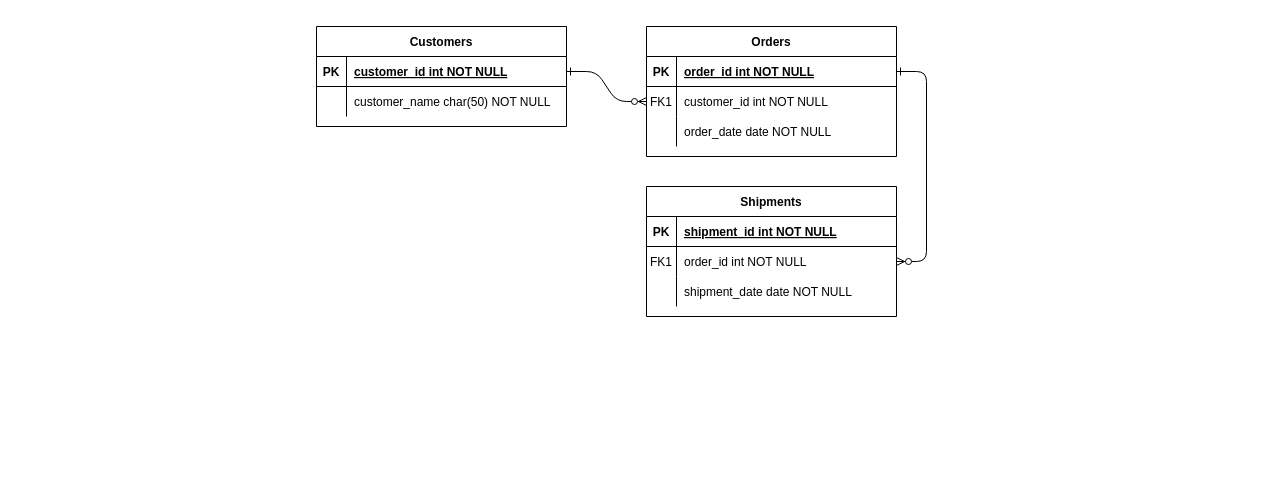
The draw.io diagram ER model.drawio in aaaaaron722/drawIO, before the edit. Source tidied: cells renumbered, new cells numbered last; positions are measured from the earlier drawing's top-left corner, leaving out a move shared by most shapes. Both pictures are drawn from the tidied source at 100%, with x=0, y=0 at pixel (316, 26).
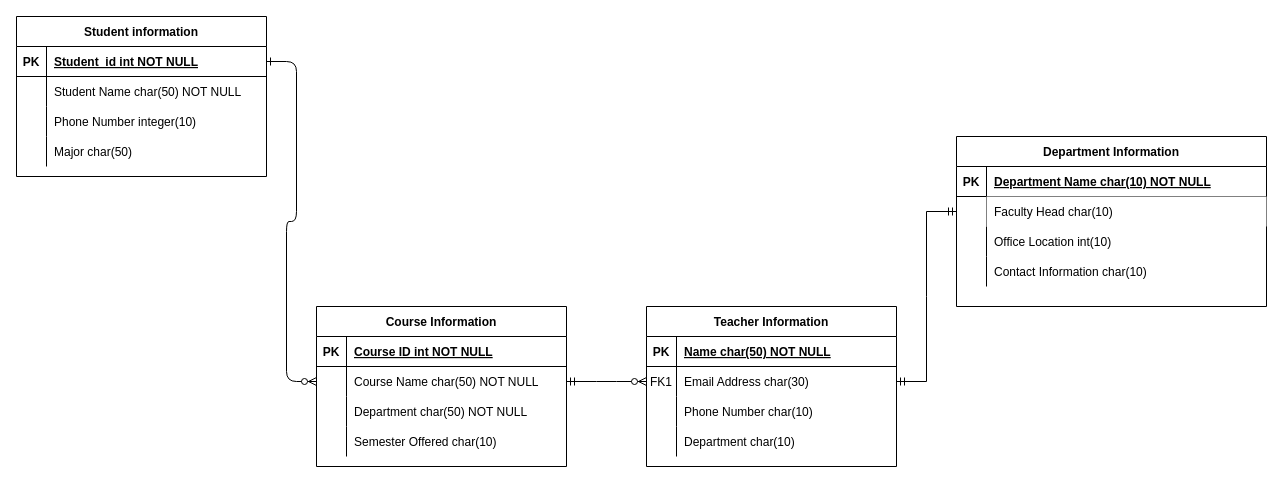
Above is the later version.

The change refers to these unchanged cells:
```xml
<mxCell id="5" style="shape=partialRectangle;fillColor=none;points=[[0,0.5],[1,0.5]];portConstraint=eastwest;top=0;left=0;right=0;bottom=1;" parent="4" vertex="1">
  <mxGeometry y="30" width="250" height="30" as="geometry" />
</mxCell>
<mxCell id="8" style="shape=partialRectangle;fillColor=none;points=[[0,0.5],[1,0.5]];portConstraint=eastwest;top=0;left=0;right=0;bottom=0;" parent="4" vertex="1">
  <mxGeometry y="60" width="250" height="30" as="geometry" />
</mxCell>
<mxCell id="11" style="shape=partialRectangle;fillColor=none;top=0;left=0;right=0;bottom=0;" parent="4" vertex="1">
  <mxGeometry y="90" width="250" height="30" as="geometry" />
</mxCell>
<mxCell id="15" style="shape=partialRectangle;fillColor=none;top=0;left=0;right=0;bottom=1;" parent="14" vertex="1">
  <mxGeometry y="30" width="250" height="30" as="geometry" />
</mxCell>
<mxCell id="18" style="shape=partialRectangle;fillColor=none;points=[[0,0.5],[1,0.5]];portConstraint=eastwest;top=0;left=0;right=0;bottom=0;" parent="14" vertex="1">
  <mxGeometry y="60" width="250" height="30" as="geometry" />
</mxCell>
<mxCell id="21" style="shape=partialRectangle;fillColor=none;top=0;left=0;right=0;bottom=0;" parent="14" vertex="1">
  <mxGeometry y="90" width="250" height="30" as="geometry" />
</mxCell>
<mxCell id="25" style="shape=partialRectangle;fillColor=none;points=[[0,0.5],[1,0.5]];portConstraint=eastwest;top=0;left=0;right=0;bottom=1;" parent="24" vertex="1">
  <mxGeometry y="30" width="250" height="30" as="geometry" />
</mxCell>
<mxCell id="28" style="shape=partialRectangle;fillColor=none;top=0;left=0;right=0;bottom=0;" parent="24" vertex="1">
  <mxGeometry y="60" width="250" height="30" as="geometry" />
</mxCell>
```

Diff of the diagram source:
```diff
@@
-    <mxCell id="3" style="edgeStyle=entityRelationEdgeStyle;endArrow=ERzeroToMany;startArrow=ERone;endFill=1;startFill=0;" parent="1" edge="1" source="5" target="18">
-      <mxGeometry relative="1" as="geometry" />
-    </mxCell>
-    <mxCell id="4" value="Orders" style="shape=table;startSize=30;childLayout=tableLayout;rowLines=0;fontStyle=1;align=center;" parent="1" vertex="1">
-      <mxGeometry x="330" width="250" height="130" as="geometry" />
+    <mxCell id="4" value="Course Information" style="shape=table;startSize=30;childLayout=tableLayout;rowLines=0;fontStyle=1;align=center;" parent="1" vertex="1">
+      <mxGeometry y="280" width="250" height="160" as="geometry" />
     </mxCell>
@@
-    <mxCell id="7" value="order_id int NOT NULL " style="shape=partialRectangle;overflow=hidden;fillColor=none;top=0;left=0;bottom=0;right=0;align=left;spacingLeft=6;fontStyle=5;" parent="5" vertex="1">
+    <mxCell id="7" value="Course ID int NOT NULL " style="shape=partialRectangle;overflow=hidden;fillColor=none;top=0;left=0;bottom=0;right=0;align=left;spacingLeft=6;fontStyle=5;" parent="5" vertex="1">
       <mxGeometry x="30" width="220" height="30" as="geometry" />
     </mxCell>
@@
-    <mxCell id="9" value="FK1" style="shape=partialRectangle;overflow=hidden;fillColor=none;top=0;left=0;bottom=0;right=0;" parent="8" vertex="1">
+    <mxCell id="9" style="shape=partialRectangle;overflow=hidden;fillColor=none;top=0;left=0;bottom=0;right=0;" parent="8" vertex="1">
       <mxGeometry width="30" height="30" as="geometry" />
     </mxCell>
-    <mxCell id="10" value="customer_id int NOT NULL" style="shape=partialRectangle;overflow=hidden;fillColor=none;top=0;left=0;bottom=0;right=0;align=left;spacingLeft=6;" parent="8" vertex="1">
+    <mxCell id="10" value="Course Name char(50) NOT NULL" style="shape=partialRectangle;overflow=hidden;fillColor=none;top=0;left=0;bottom=0;right=0;align=left;spacingLeft=6;" parent="8" vertex="1">
       <mxGeometry x="30" width="220" height="30" as="geometry" />
     </mxCell>
@@
-    <mxCell id="13" value="order_date date NOT NULL" style="shape=partialRectangle;overflow=hidden;fillColor=none;top=0;left=0;bottom=0;right=0;align=left;spacingLeft=6;" parent="11" vertex="1">
+    <mxCell id="13" value="Department char(50) NOT NULL" style="shape=partialRectangle;overflow=hidden;fillColor=none;top=0;left=0;bottom=0;right=0;align=left;spacingLeft=6;" parent="11" vertex="1">
       <mxGeometry x="30" width="220" height="30" as="geometry" />
     </mxCell>
+    <mxCell id="31" style="shape=partialRectangle;fillColor=none;top=0;left=0;right=0;bottom=0;" parent="4" vertex="1">
+      <mxGeometry y="120" width="250" height="30" as="geometry" />
+    </mxCell>
+    <mxCell id="32" style="shape=partialRectangle;overflow=hidden;fillColor=none;top=0;left=0;bottom=0;right=0;" parent="31" vertex="1">
+      <mxGeometry width="30" height="30" as="geometry" />
+    </mxCell>
+    <mxCell id="33" value="Semester Offered char(10)" style="shape=partialRectangle;overflow=hidden;fillColor=none;top=0;left=0;bottom=0;right=0;align=left;spacingLeft=6;" parent="31" vertex="1">
+      <mxGeometry x="30" width="220" height="30" as="geometry" />
+    </mxCell>
-    <mxCell id="14" value="Shipments" style="shape=table;startSize=30;childLayout=tableLayout;rowLines=0;fontStyle=1;align=center;" parent="1" vertex="1">
-      <mxGeometry x="330" y="160" width="250" height="130" as="geometry" />
+    <mxCell id="14" value="Teacher Information" style="shape=table;startSize=30;childLayout=tableLayout;rowLines=0;fontStyle=1;align=center;" parent="1" vertex="1">
+      <mxGeometry x="330" y="280" width="250" height="160" as="geometry" />
     </mxCell>
@@
-    <mxCell id="17" value="shipment_id int NOT NULL " style="shape=partialRectangle;overflow=hidden;fillColor=none;top=0;left=0;bottom=0;right=0;align=left;spacingLeft=6;fontStyle=5;" parent="15" vertex="1">
+    <mxCell id="17" value="Name char(50) NOT NULL" style="shape=partialRectangle;overflow=hidden;fillColor=none;top=0;left=0;bottom=0;right=0;align=left;spacingLeft=6;fontStyle=5;" parent="15" vertex="1">
       <mxGeometry x="30" width="220" height="30" as="geometry" />
     </mxCell>
@@
-    <mxCell id="20" value="order_id int NOT NULL" style="shape=partialRectangle;overflow=hidden;fillColor=none;top=0;left=0;bottom=0;right=0;align=left;spacingLeft=6;" parent="18" vertex="1">
+    <mxCell id="20" value="Email Address char(30)" style="shape=partialRectangle;overflow=hidden;fillColor=none;top=0;left=0;bottom=0;right=0;align=left;spacingLeft=6;" parent="18" vertex="1">
       <mxGeometry x="30" width="220" height="30" as="geometry" />
     </mxCell>
@@
-    <mxCell id="23" value="shipment_date date NOT NULL" style="shape=partialRectangle;overflow=hidden;fillColor=none;top=0;left=0;bottom=0;right=0;align=left;spacingLeft=6;" parent="21" vertex="1">
+    <mxCell id="23" value="Phone Number char(10) " style="shape=partialRectangle;overflow=hidden;fillColor=none;top=0;left=0;bottom=0;right=0;align=left;spacingLeft=6;" parent="21" vertex="1">
       <mxGeometry x="30" width="220" height="30" as="geometry" />
     </mxCell>
+    <mxCell id="34" style="shape=partialRectangle;fillColor=none;top=0;left=0;right=0;bottom=0;" parent="14" vertex="1">
+      <mxGeometry y="120" width="250" height="30" as="geometry" />
+    </mxCell>
+    <mxCell id="35" style="shape=partialRectangle;overflow=hidden;fillColor=none;top=0;left=0;bottom=0;right=0;" parent="34" vertex="1">
+      <mxGeometry width="30" height="30" as="geometry" />
+    </mxCell>
+    <mxCell id="36" value="Department char(10)" style="shape=partialRectangle;overflow=hidden;fillColor=none;top=0;left=0;bottom=0;right=0;align=left;spacingLeft=6;" parent="34" vertex="1">
+      <mxGeometry x="30" width="220" height="30" as="geometry" />
+    </mxCell>
-    <mxCell id="24" value="Customers" style="shape=table;startSize=30;childLayout=tableLayout;rowLines=0;fontStyle=1;align=center;" parent="1" vertex="1">
-      <mxGeometry width="250" height="100" as="geometry" />
+    <mxCell id="24" value="Student information" style="shape=table;startSize=30;childLayout=tableLayout;rowLines=0;fontStyle=1;align=center;" parent="1" vertex="1">
+      <mxGeometry x="-300" y="-10" width="250" height="160" as="geometry" />
     </mxCell>
@@
-    <mxCell id="27" value="customer_id int NOT NULL " style="shape=partialRectangle;overflow=hidden;fillColor=none;top=0;left=0;bottom=0;right=0;align=left;spacingLeft=6;fontStyle=5;" parent="25" vertex="1">
+    <mxCell id="27" value="Student_id int NOT NULL " style="shape=partialRectangle;overflow=hidden;fillColor=none;top=0;left=0;bottom=0;right=0;align=left;spacingLeft=6;fontStyle=5;" parent="25" vertex="1">
       <mxGeometry x="30" width="220" height="30" as="geometry" />
     </mxCell>
@@
-    <mxCell id="30" value="customer_name char(50) NOT NULL" style="shape=partialRectangle;overflow=hidden;fillColor=none;top=0;left=0;bottom=0;right=0;align=left;spacingLeft=6;" parent="28" vertex="1">
+    <mxCell id="30" value="Student Name char(50) NOT NULL" style="shape=partialRectangle;overflow=hidden;top=0;left=0;bottom=0;right=0;align=left;spacingLeft=6;strokeWidth=1;fillColor=none;" parent="28" vertex="1">
       <mxGeometry x="30" width="220" height="30" as="geometry" />
     </mxCell>
+    <mxCell id="37" style="shape=partialRectangle;fillColor=none;top=0;left=0;right=0;bottom=0;" parent="24" vertex="1">
+      <mxGeometry y="90" width="250" height="30" as="geometry" />
+    </mxCell>
+    <mxCell id="38" style="shape=partialRectangle;overflow=hidden;fillColor=none;top=0;left=0;bottom=0;right=0;" parent="37" vertex="1">
+      <mxGeometry width="30" height="30" as="geometry" />
+    </mxCell>
+    <mxCell id="39" value="Phone Number integer(10)" style="shape=partialRectangle;overflow=hidden;fillColor=none;top=0;left=0;bottom=0;right=0;align=left;spacingLeft=6;" parent="37" vertex="1">
+      <mxGeometry x="30" width="220" height="30" as="geometry" />
+    </mxCell>
+    <mxCell id="40" style="shape=partialRectangle;fillColor=none;top=0;left=0;right=0;bottom=0;" parent="24" vertex="1">
+      <mxGeometry y="120" width="250" height="30" as="geometry" />
+    </mxCell>
+    <mxCell id="41" style="shape=partialRectangle;overflow=hidden;fillColor=none;top=0;left=0;bottom=0;right=0;" parent="40" vertex="1">
+      <mxGeometry width="30" height="30" as="geometry" />
+    </mxCell>
+    <mxCell id="42" value="Major char(50)" style="shape=partialRectangle;overflow=hidden;fillColor=none;top=0;left=0;bottom=0;right=0;align=left;spacingLeft=6;strokeColor=#000000;" parent="40" vertex="1">
+      <mxGeometry x="30" width="220" height="30" as="geometry" />
+    </mxCell>
+    <mxCell id="43" style="edgeStyle=entityRelationEdgeStyle;fontSize=12;html=1;endArrow=ERzeroToMany;startArrow=ERmandOne;rounded=0;exitX=1;exitY=0.5;exitDx=0;exitDy=0;entryX=0;entryY=0.5;entryDx=0;entryDy=0;" parent="1" edge="1" source="8" target="18">
+      <mxGeometry relative="1" as="geometry" />
+    </mxCell>
+    <mxCell id="44" value="Department Information" style="shape=table;startSize=30;childLayout=tableLayout;rowLines=0;fontStyle=1;align=center;" parent="1" vertex="1">
+      <mxGeometry x="640" y="110" width="310" height="170" as="geometry" />
+    </mxCell>
+    <mxCell id="45" style="shape=partialRectangle;fillColor=none;top=0;left=0;right=0;bottom=1;" parent="44" vertex="1">
+      <mxGeometry y="30" width="310" height="30" as="geometry" />
+    </mxCell>
+    <mxCell id="46" value="PK" style="shape=partialRectangle;overflow=hidden;fillColor=none;top=0;left=0;bottom=0;right=0;fontStyle=1;" parent="45" vertex="1">
+      <mxGeometry width="30" height="30" as="geometry" />
+    </mxCell>
+    <mxCell id="47" value="Department Name char(10) NOT NULL" style="shape=partialRectangle;overflow=hidden;fillColor=none;top=0;left=0;bottom=0;right=0;align=left;spacingLeft=6;fontStyle=5;" parent="45" vertex="1">
+      <mxGeometry x="30" width="280" height="30" as="geometry" />
+    </mxCell>
+    <mxCell id="48" style="shape=partialRectangle;fillColor=none;points=[[0,0.5],[1,0.5]];portConstraint=eastwest;top=0;left=0;right=0;bottom=0;" parent="44" vertex="1">
+      <mxGeometry y="60" width="310" height="30" as="geometry" />
+    </mxCell>
+    <mxCell id="49" style="shape=partialRectangle;overflow=hidden;fillColor=none;top=0;left=0;bottom=0;right=0;" parent="48" vertex="1">
+      <mxGeometry width="30" height="30" as="geometry" />
+    </mxCell>
+    <mxCell id="50" value="Faculty Head char(10)" style="shape=partialRectangle;overflow=hidden;top=0;left=0;bottom=0;right=0;align=left;spacingLeft=6;strokeWidth=1;" parent="48" vertex="1">
+      <mxGeometry x="30" width="280" height="30" as="geometry" />
+    </mxCell>
+    <mxCell id="51" style="shape=partialRectangle;fillColor=none;top=0;left=0;right=0;bottom=0;" parent="44" vertex="1">
+      <mxGeometry y="90" width="310" height="30" as="geometry" />
+    </mxCell>
+    <mxCell id="52" style="shape=partialRectangle;overflow=hidden;fillColor=none;top=0;left=0;bottom=0;right=0;" parent="51" vertex="1">
+      <mxGeometry width="30" height="30" as="geometry" />
+    </mxCell>
+    <mxCell id="53" value="Office Location int(10)" style="shape=partialRectangle;overflow=hidden;fillColor=none;top=0;left=0;bottom=0;right=0;align=left;spacingLeft=6;" parent="51" vertex="1">
+      <mxGeometry x="30" width="280" height="30" as="geometry" />
+    </mxCell>
+    <mxCell id="54" style="shape=partialRectangle;fillColor=none;top=0;left=0;right=0;bottom=0;" parent="44" vertex="1">
+      <mxGeometry y="120" width="310" height="30" as="geometry" />
+    </mxCell>
+    <mxCell id="55" style="shape=partialRectangle;overflow=hidden;fillColor=none;top=0;left=0;bottom=0;right=0;" parent="54" vertex="1">
+      <mxGeometry width="30" height="30" as="geometry" />
+    </mxCell>
+    <mxCell id="56" value="Contact Information char(10)" style="shape=partialRectangle;overflow=hidden;fillColor=none;top=0;left=0;bottom=0;right=0;align=left;spacingLeft=6;strokeColor=#000000;" parent="54" vertex="1">
+      <mxGeometry x="30" width="280" height="30" as="geometry" />
+    </mxCell>
+    <mxCell id="57" style="edgeStyle=entityRelationEdgeStyle;fontSize=12;html=1;endArrow=ERmandOne;startArrow=ERmandOne;rounded=0;entryX=0;entryY=0.5;entryDx=0;entryDy=0;" parent="1" edge="1" source="18" target="48">
+      <mxGeometry relative="1" as="geometry" />
+    </mxCell>
```
